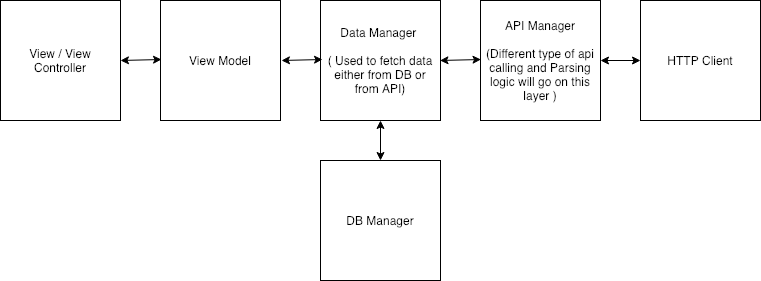
Above: ScreenShots/Architecture.png in mohit5189/DeliveryApp (draw.io), before the change. Source tidied: cells renumbered, new cells last; positions are measured from the earlier drawing's top-left corner, leaving out a move shared by most shapes.
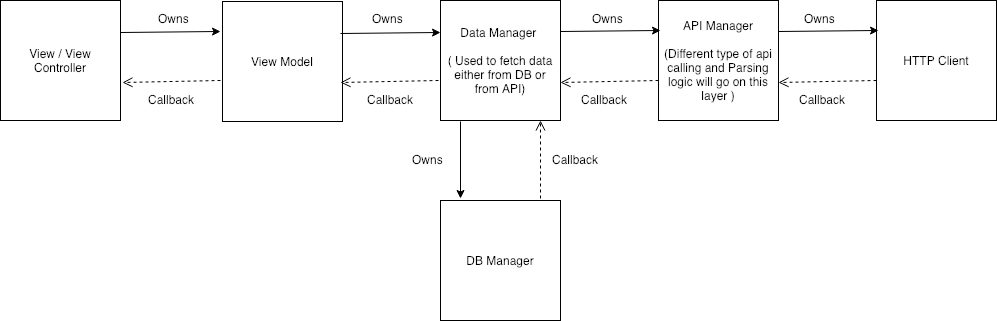
After the commit.

Commit message:
updated image for MVVM model

Diff of the diagram source:
```diff
@@ -3,51 +3,114 @@
     <mxCell id="0" />
     <mxCell id="1" parent="0" />
     <mxCell id="2" value="View / View Controller" style="whiteSpace=wrap;html=1;" parent="1" vertex="1">
-      <mxGeometry width="120" height="120" as="geometry" />
+      <mxGeometry x="500" y="30" width="120" height="120" as="geometry" />
     </mxCell>
     <mxCell id="3" style="edgeStyle=orthogonalEdgeStyle;rounded=0;orthogonalLoop=1;jettySize=auto;html=1;exitX=0.5;exitY=1;exitDx=0;exitDy=0;" parent="1" edge="1" source="2" target="2">
       <mxGeometry relative="1" as="geometry" />
     </mxCell>
     <mxCell id="4" value="View Model" style="whiteSpace=wrap;html=1;" parent="1" vertex="1">
-      <mxGeometry x="160" width="120" height="120" as="geometry" />
+      <mxGeometry x="722" y="31" width="120" height="120" as="geometry" />
     </mxCell>
     <mxCell id="5" value="Data Manager &lt;br&gt;&lt;br&gt;( Used to fetch data either from DB or from API)" style="whiteSpace=wrap;html=1;" parent="1" vertex="1">
-      <mxGeometry x="320" width="120" height="120" as="geometry" />
+      <mxGeometry x="940" y="30" width="120" height="120" as="geometry" />
     </mxCell>
     <mxCell id="6" value="API Manager&lt;br&gt;&lt;br&gt;(Different type of api calling and Parsing logic will go on this layer )&lt;br&gt;" style="whiteSpace=wrap;html=1;" parent="1" vertex="1">
-      <mxGeometry x="480" width="120" height="120" as="geometry" />
+      <mxGeometry x="1158" y="30" width="120" height="120" as="geometry" />
     </mxCell>
     <mxCell id="7" value="HTTP Client" style="whiteSpace=wrap;html=1;" parent="1" vertex="1">
-      <mxGeometry x="640" width="120" height="120" as="geometry" />
+      <mxGeometry x="1376" y="30" width="120" height="120" as="geometry" />
     </mxCell>
     <mxCell id="8" value="DB Manager" style="whiteSpace=wrap;html=1;" parent="1" vertex="1">
-      <mxGeometry x="320" y="160" width="120" height="120" as="geometry" />
+      <mxGeometry x="940" y="230" width="120" height="120" as="geometry" />
     </mxCell>
-    <mxCell id="9" style="endArrow=classic;startArrow=classic;html=1;entryX=0.008;entryY=0.658;entryDx=0;entryDy=0;entryPerimeter=0;" parent="1" edge="1">
-      <mxGeometry relative="1" as="geometry">
-        <mxPoint x="120" y="60" as="sourcePoint" />
-        <mxPoint x="161" y="59" as="targetPoint" />
-      </mxGeometry>
-    </mxCell>
-    <mxCell id="10" style="endArrow=classic;startArrow=classic;html=1;entryX=0.008;entryY=0.658;entryDx=0;entryDy=0;entryPerimeter=0;" parent="1" edge="1">
-      <mxGeometry relative="1" as="geometry">
-        <mxPoint x="281" y="60" as="sourcePoint" />
-        <mxPoint x="322" y="59" as="targetPoint" />
-      </mxGeometry>
-    </mxCell>
-    <mxCell id="11" style="endArrow=classic;startArrow=classic;html=1;entryX=0.008;entryY=0.658;entryDx=0;entryDy=0;entryPerimeter=0;" parent="1" edge="1">
-      <mxGeometry relative="1" as="geometry">
-        <mxPoint x="439.5" y="60" as="sourcePoint" />
-        <mxPoint x="480.5" y="59" as="targetPoint" />
-      </mxGeometry>
-    </mxCell>
-    <mxCell id="12" style="endArrow=classic;startArrow=classic;html=1;exitX=0;exitY=0.5;exitDx=0;exitDy=0;" parent="1" edge="1" source="7">
-      <mxGeometry relative="1" as="geometry">
-        <mxPoint x="600" y="60" as="targetPoint" />
-      </mxGeometry>
-    </mxCell>
-    <mxCell id="13" style="endArrow=classic;startArrow=classic;html=1;entryX=0.5;entryY=1;entryDx=0;entryDy=0;exitX=0.5;exitY=0;exitDx=0;exitDy=0;" parent="1" edge="1" source="8" target="5">
-      <mxGeometry relative="1" as="geometry" />
-    </mxCell>
+    <mxCell id="14" style="endArrow=classic;html=1;" parent="1" edge="1">
+      <mxGeometry relative="1" as="geometry">
+        <mxPoint x="620" y="62" as="sourcePoint" />
+        <mxPoint x="720" y="61" as="targetPoint" />
+      </mxGeometry>
+    </mxCell>
+    <mxCell id="15" style="endArrow=classic;html=1;" parent="1" edge="1">
+      <mxGeometry relative="1" as="geometry">
+        <mxPoint x="840" y="63" as="sourcePoint" />
+        <mxPoint x="940" y="62" as="targetPoint" />
+      </mxGeometry>
+    </mxCell>
+    <mxCell id="16" style="endArrow=classic;html=1;" parent="1" edge="1">
+      <mxGeometry relative="1" as="geometry">
+        <mxPoint x="1060" y="61" as="sourcePoint" />
+        <mxPoint x="1160" y="60" as="targetPoint" />
+      </mxGeometry>
+    </mxCell>
+    <mxCell id="17" style="endArrow=classic;html=1;" parent="1" edge="1">
+      <mxGeometry relative="1" as="geometry">
+        <mxPoint x="1278" y="61" as="sourcePoint" />
+        <mxPoint x="1378" y="60" as="targetPoint" />
+      </mxGeometry>
+    </mxCell>
+    <mxCell id="18" style="endArrow=classic;html=1;" parent="1" edge="1">
+      <mxGeometry relative="1" as="geometry">
+        <mxPoint x="960" y="151" as="sourcePoint" />
+        <mxPoint x="960" y="228" as="targetPoint" />
+      </mxGeometry>
+    </mxCell>
+    <mxCell id="19" style="html=1;verticalAlign=bottom;endArrow=open;dashed=1;endSize=8;entryX=1.017;entryY=0.683;entryDx=0;entryDy=0;entryPerimeter=0;" parent="1" edge="1" target="2">
+      <mxGeometry relative="1" as="geometry">
+        <mxPoint x="720" y="110" as="sourcePoint" />
+      </mxGeometry>
+    </mxCell>
+    <mxCell id="20" style="html=1;verticalAlign=bottom;endArrow=open;dashed=1;endSize=8;entryX=1.017;entryY=0.683;entryDx=0;entryDy=0;entryPerimeter=0;" parent="1" edge="1">
+      <mxGeometry relative="1" as="geometry">
+        <mxPoint x="938" y="110" as="sourcePoint" />
+        <mxPoint x="840" y="112" as="targetPoint" />
+      </mxGeometry>
+    </mxCell>
+    <mxCell id="21" style="html=1;verticalAlign=bottom;endArrow=open;dashed=1;endSize=8;entryX=1.017;entryY=0.683;entryDx=0;entryDy=0;entryPerimeter=0;" parent="1" edge="1">
+      <mxGeometry relative="1" as="geometry">
+        <mxPoint x="1158" y="110" as="sourcePoint" />
+        <mxPoint x="1060" y="112" as="targetPoint" />
+      </mxGeometry>
+    </mxCell>
+    <mxCell id="22" style="html=1;verticalAlign=bottom;endArrow=open;dashed=1;endSize=8;entryX=1.017;entryY=0.683;entryDx=0;entryDy=0;entryPerimeter=0;" parent="1" edge="1">
+      <mxGeometry relative="1" as="geometry">
+        <mxPoint x="1376" y="110" as="sourcePoint" />
+        <mxPoint x="1278" y="112" as="targetPoint" />
+      </mxGeometry>
+    </mxCell>
+    <mxCell id="23" style="html=1;verticalAlign=bottom;endArrow=open;dashed=1;endSize=8;entryX=1.017;entryY=0.683;entryDx=0;entryDy=0;entryPerimeter=0;" parent="1" edge="1">
+      <mxGeometry relative="1" as="geometry">
+        <mxPoint x="1040" y="228" as="sourcePoint" />
+        <mxPoint x="1040" y="150" as="targetPoint" />
+      </mxGeometry>
+    </mxCell>
+    <mxCell id="24" value="Owns" style="text;html=1;align=left;verticalAlign=top;spacingTop=-4;" parent="1" vertex="1">
+      <mxGeometry x="656" y="39" width="50" height="20" as="geometry" />
+    </mxCell>
+    <mxCell id="25" value="Owns" style="text;html=1;align=left;verticalAlign=top;spacingTop=-4;" parent="1" vertex="1">
+      <mxGeometry x="870" y="39" width="50" height="20" as="geometry" />
+    </mxCell>
+    <mxCell id="26" value="Owns" style="text;html=1;align=left;verticalAlign=top;spacingTop=-4;" parent="1" vertex="1">
+      <mxGeometry x="1090" y="39" width="50" height="20" as="geometry" />
+    </mxCell>
+    <mxCell id="27" value="Owns" style="text;html=1;align=left;verticalAlign=top;spacingTop=-4;" parent="1" vertex="1">
+      <mxGeometry x="1302" y="39" width="50" height="20" as="geometry" />
+    </mxCell>
+    <mxCell id="28" value="Owns" style="text;html=1;align=left;verticalAlign=top;spacingTop=-4;" parent="1" vertex="1">
+      <mxGeometry x="910" y="180" width="50" height="20" as="geometry" />
+    </mxCell>
+    <mxCell id="29" value="Callback" style="text;html=1;align=left;verticalAlign=top;spacingTop=-4;" parent="1" vertex="1">
+      <mxGeometry x="646" y="120" width="60" height="20" as="geometry" />
+    </mxCell>
+    <mxCell id="30" value="Callback" style="text;html=1;align=left;verticalAlign=top;spacingTop=-4;" parent="1" vertex="1">
+      <mxGeometry x="865" y="120" width="60" height="20" as="geometry" />
+    </mxCell>
+    <mxCell id="31" value="Callback" style="text;html=1;align=left;verticalAlign=top;spacingTop=-4;" parent="1" vertex="1">
+      <mxGeometry x="1079" y="120" width="60" height="20" as="geometry" />
+    </mxCell>
+    <mxCell id="32" value="Callback" style="text;html=1;align=left;verticalAlign=top;spacingTop=-4;" parent="1" vertex="1">
+      <mxGeometry x="1297" y="120" width="60" height="20" as="geometry" />
+    </mxCell>
+    <mxCell id="33" value="Callback" style="text;html=1;align=left;verticalAlign=top;spacingTop=-4;" parent="1" vertex="1">
+      <mxGeometry x="1050" y="180" width="60" height="20" as="geometry" />
+    </mxCell>
   </root>
 </mxGraphModel>
```
